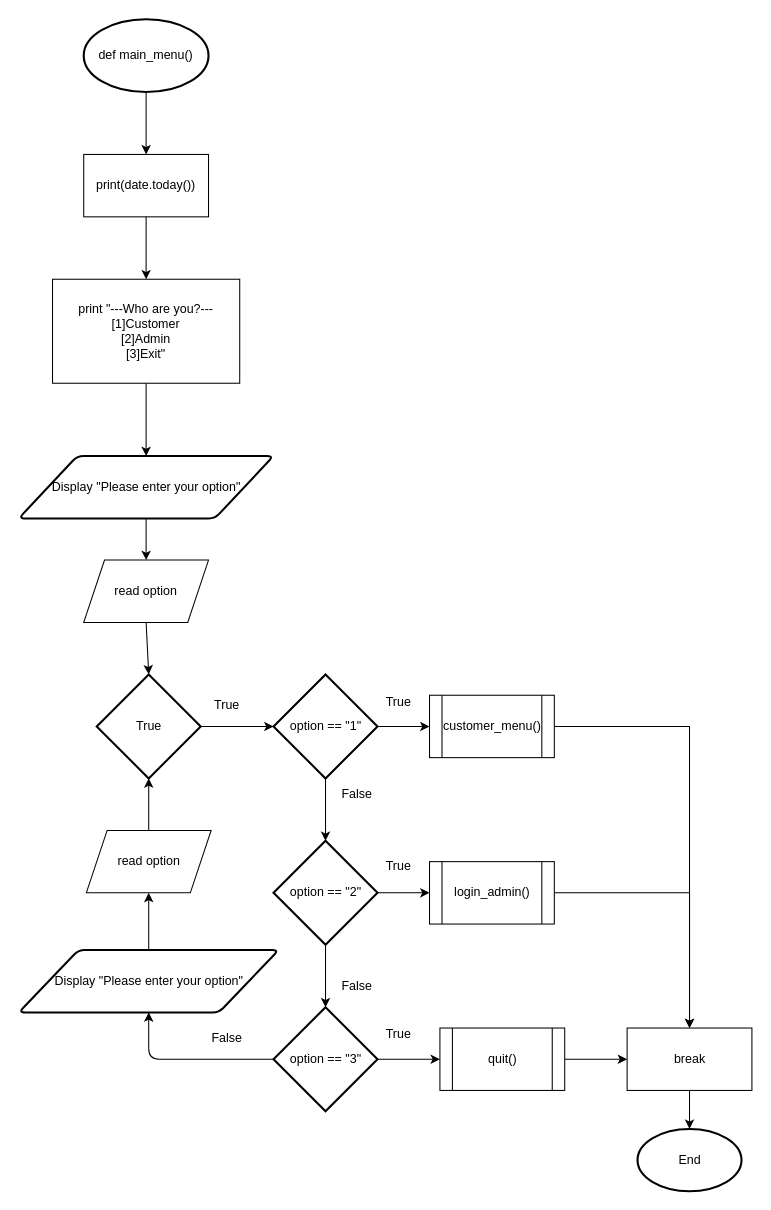
LeeRenJie/python-assignment keeps this draw.io diagram as page "main_menu()" (2 of 27) of Flowchart.drawio. Above is the earlier version. Source tidied: cells renumbered, new cells numbered last; positions are measured from the earlier drawing's top-left corner, leaving out a move shared by most shapes. Both pictures are drawn from the tidied source at 104%, with x=0, y=0 at pixel (19, 19).
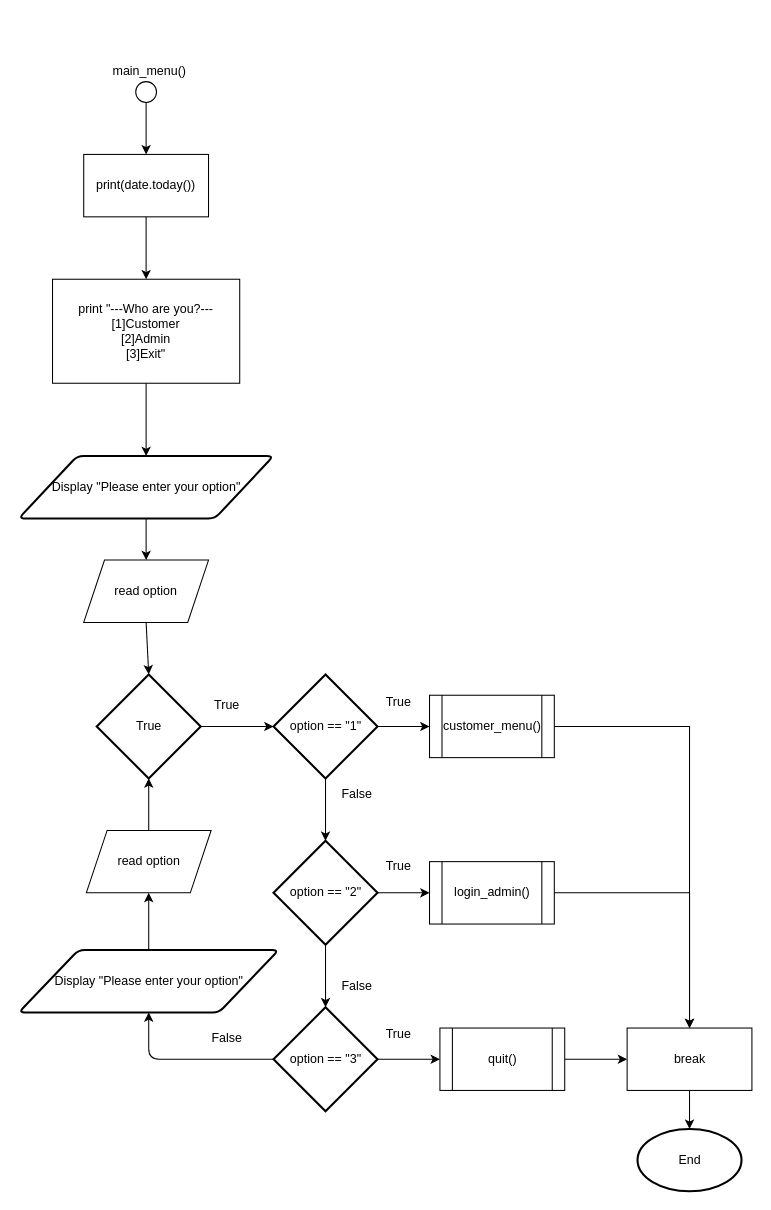
The same diagram, later.

Unchanged cells that the change refers to:
```xml
<mxCell id="4" value="print(date.today())" style="rounded=0;whiteSpace=wrap;html=1;" parent="1" vertex="1">
  <mxGeometry x="62" y="130" width="120" height="60" as="geometry" />
</mxCell>
```

What changed in the source:
```diff
@@
-    <mxCell id="2" value="def main_menu()" style="strokeWidth=2;html=1;shape=mxgraph.flowchart.start_1;whiteSpace=wrap;" parent="1" vertex="1">
-      <mxGeometry x="62" width="120" height="70" as="geometry" />
-    </mxCell>
-    <mxCell id="3" style="endArrow=classic;html=1;exitX=0.5;exitY=1;exitDx=0;exitDy=0;exitPerimeter=0;" parent="1" edge="1" source="2" target="4">
+    <mxCell id="3" style="endArrow=classic;html=1;exitX=0.5;exitY=1;exitDx=0;exitDy=0;" parent="1" edge="1" source="43" target="4">
       <mxGeometry relative="1" as="geometry" />
     </mxCell>
@@
+    <mxCell id="43" style="ellipse;whiteSpace=wrap;html=1;" parent="1" vertex="1">
+      <mxGeometry x="112" y="60" width="20" height="20" as="geometry" />
+    </mxCell>
+    <mxCell id="44" value="main_menu()" style="text;html=1;align=center;verticalAlign=middle;" parent="1" vertex="1">
+      <mxGeometry x="79.5" y="40" width="90" height="20" as="geometry" />
+    </mxCell>
```
